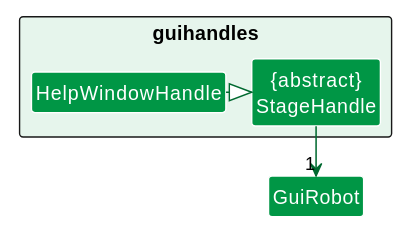
This is docs/images/StageHandleClassDiagram.svg from nus-cs2103-AY2223S2/tp, a PlantUML export, as it was before one commit.
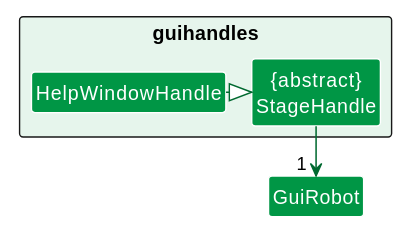
After the commit.

Commit message:
Fix diagram bug

The edit, as a diff of the source:
```diff
@@ -10,5 +10,5 @@
 Class HelpWindowHandle
 }
 HelpWindowHandle .|> StageHandle
-StageHandle -down->"1" GuiRobot
+StageHandle -down->"1  " GuiRobot
 @enduml
```
